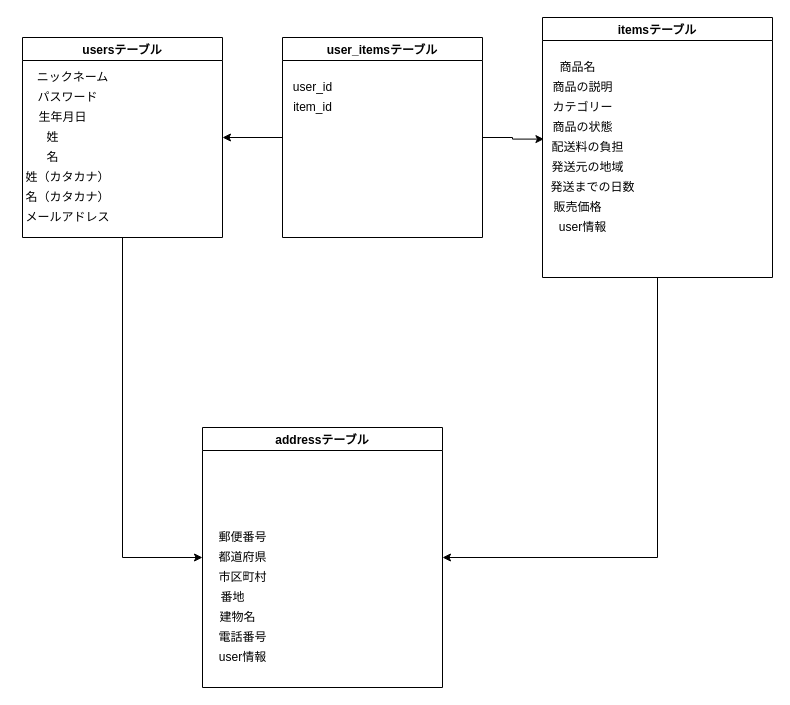
Earlier version of the draw.io diagram furima.dio (shu0405/furima-33081). Source tidied: cells renumbered, new cells numbered last; positions are measured from the earlier drawing's top-left corner, leaving out a move shared by most shapes. Both pictures are drawn from the tidied source at 100%, with x=0, y=0 at pixel (17, 17).
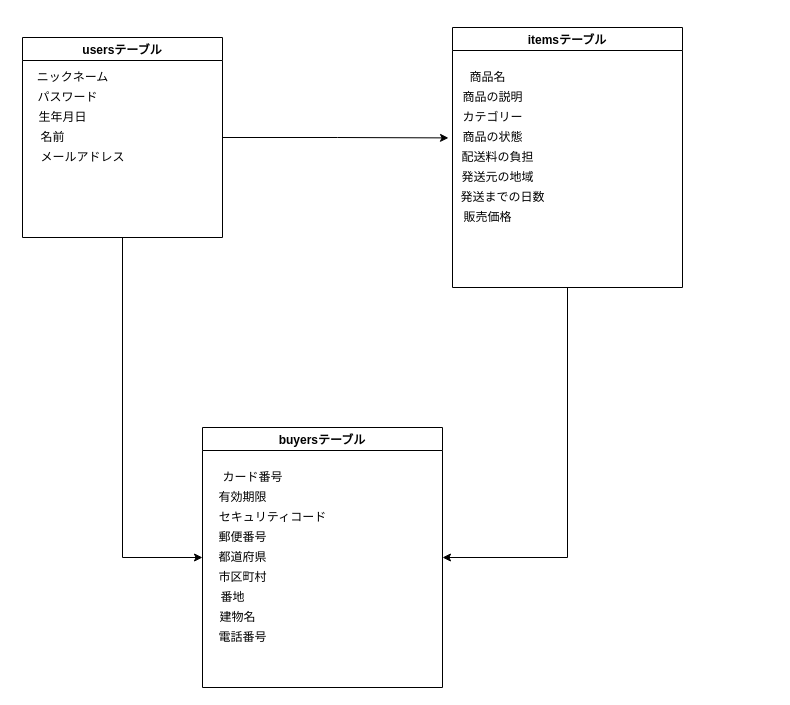
Above is the later version.

The change refers to these unchanged cells:
```xml
<mxCell id="4" value="usersテーブル" style="swimlane;" parent="1" vertex="1">
  <mxGeometry x="5" y="20" width="200" height="200" as="geometry" />
</mxCell>
<mxCell id="16" value="商品の状態" style="text;html=1;align=center;verticalAlign=middle;points=[];" parent="14" vertex="1">
  <mxGeometry y="100" width="80" height="20" as="geometry" />
</mxCell>
<mxCell id="17" value="配送料の負担" style="text;html=1;align=center;verticalAlign=middle;points=[];" parent="14" vertex="1">
  <mxGeometry y="120" width="90" height="20" as="geometry" />
</mxCell>
```

Change to the diagram source:
```diff
@@
-    <mxCell id="2" style="edgeStyle=orthogonalEdgeStyle;rounded=0;jettySize=auto;html=1;exitX=1;exitY=0.5;exitDx=0;exitDy=0;" parent="1" edge="1" source="4">
-      <mxGeometry relative="1" as="geometry">
-        <mxPoint x="205" y="120" as="targetPoint" />
-      </mxGeometry>
+    <mxCell id="2" style="edgeStyle=orthogonalEdgeStyle;rounded=0;jettySize=auto;html=1;exitX=1;exitY=0.5;exitDx=0;exitDy=0;entryX=-0.05;entryY=0.52;entryDx=0;entryDy=0;entryPerimeter=0;" parent="1" edge="1" source="4" target="16">
+      <mxGeometry relative="1" as="geometry" />
     </mxCell>
@@
-    <mxCell id="8" value="姓" style="text;html=1;align=center;verticalAlign=middle;" parent="4" vertex="1">
-      <mxGeometry x="15" y="90" width="30" height="20" as="geometry" />
+    <mxCell id="8" value="名前" style="text;html=1;align=center;verticalAlign=middle;" parent="4" vertex="1">
+      <mxGeometry x="10" y="90" width="40" height="20" as="geometry" />
     </mxCell>
-    <mxCell id="9" value="名" style="text;html=1;align=center;verticalAlign=middle;" parent="4" vertex="1">
-      <mxGeometry x="15" y="110" width="30" height="20" as="geometry" />
+    <mxCell id="9" value="メールアドレス" style="text;html=1;align=center;verticalAlign=middle;" parent="4" vertex="1">
+      <mxGeometry x="10" y="110" width="100" height="20" as="geometry" />
     </mxCell>
-    <mxCell id="10" value="姓（カタカナ）" style="text;html=1;align=center;verticalAlign=middle;" parent="4" vertex="1">
-      <mxGeometry x="-5" y="130" width="100" height="20" as="geometry" />
-    </mxCell>
-    <mxCell id="11" value="名（カタカナ）" style="text;html=1;align=center;verticalAlign=middle;" parent="4" vertex="1">
-      <mxGeometry x="-5" y="150" width="100" height="20" as="geometry" />
-    </mxCell>
-    <mxCell id="12" value="メールアドレス" style="text;html=1;align=center;verticalAlign=middle;" parent="4" vertex="1">
-      <mxGeometry x="-5" y="170" width="100" height="20" as="geometry" />
-    </mxCell>
@@
     <mxCell id="14" value="itemsテーブル" style="swimlane;" parent="1" vertex="1">
-      <mxGeometry x="525" width="230" height="260" as="geometry" />
+      <mxGeometry x="435" y="10" width="230" height="260" as="geometry" />
     </mxCell>
@@
-    <mxCell id="23" value="addressテーブル" style="swimlane;" parent="1" vertex="1">
+    <mxCell id="23" value="buyersテーブル" style="swimlane;" parent="1" vertex="1">
       <mxGeometry x="185" y="410" width="240" height="260" as="geometry" />
     </mxCell>
+    <mxCell id="37" value="セキュリティコード" style="text;html=1;align=center;verticalAlign=middle;" parent="23" vertex="1">
+      <mxGeometry x="10" y="80" width="120" height="20" as="geometry" />
+    </mxCell>
+    <mxCell id="38" value="有効期限" style="text;html=1;align=center;verticalAlign=middle;" parent="23" vertex="1">
+      <mxGeometry x="10" y="60" width="60" height="20" as="geometry" />
+    </mxCell>
+    <mxCell id="39" value="カード番号" style="text;html=1;align=center;verticalAlign=middle;" parent="23" vertex="1">
+      <mxGeometry x="10" y="40" width="80" height="20" as="geometry" />
+    </mxCell>
@@
-    <mxCell id="30" value="user情報" style="text;html=1;align=center;verticalAlign=middle;" parent="23" vertex="1">
-      <mxGeometry x="10" y="220" width="60" height="20" as="geometry" />
-    </mxCell>
-    <mxCell id="31" style="edgeStyle=orthogonalEdgeStyle;rounded=0;jettySize=auto;html=1;exitX=0;exitY=0.5;exitDx=0;exitDy=0;entryX=1;entryY=0.5;entryDx=0;entryDy=0;" parent="1" edge="1" source="33" target="4">
-      <mxGeometry relative="1" as="geometry" />
-    </mxCell>
-    <mxCell id="32" style="edgeStyle=orthogonalEdgeStyle;rounded=0;jettySize=auto;html=1;exitX=1;exitY=0.5;exitDx=0;exitDy=0;entryX=0.016;entryY=0.08;entryDx=0;entryDy=0;entryPerimeter=0;" parent="1" edge="1" source="33" target="17">
-      <mxGeometry relative="1" as="geometry" />
-    </mxCell>
-    <mxCell id="33" value="user_itemsテーブル" style="swimlane;" parent="1" vertex="1">
-      <mxGeometry x="265" y="20" width="200" height="200" as="geometry" />
-    </mxCell>
-    <mxCell id="34" value="item_id" style="text;html=1;align=center;verticalAlign=middle;" parent="33" vertex="1">
-      <mxGeometry x="5" y="60" width="50" height="20" as="geometry" />
-    </mxCell>
-    <mxCell id="35" value="user_id" style="text;html=1;align=center;verticalAlign=middle;" parent="1" vertex="1">
-      <mxGeometry x="270" y="60" width="50" height="20" as="geometry" />
-    </mxCell>
-    <mxCell id="36" value="user情報" style="text;html=1;align=center;verticalAlign=middle;" parent="1" vertex="1">
-      <mxGeometry x="535" y="200" width="60" height="20" as="geometry" />
-    </mxCell>
```
